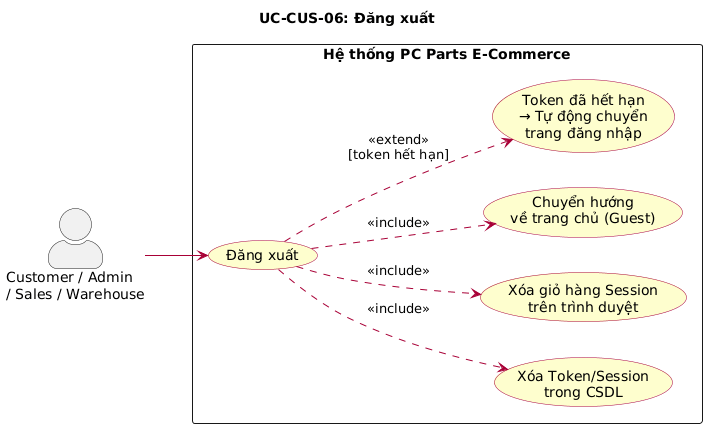
Above: docs/diagrams/images/uc_CUS06_dang_xuat.png in huuhieu56/PC-Parts-ECommerce (PlantUML), before the change.
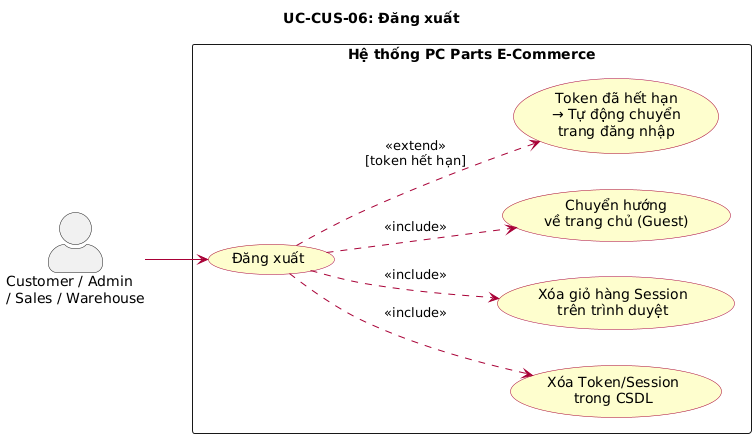
The same diagram one commit later.

Diff of the diagram source:
```diff
@@ -1,4 +1,4 @@
-@startuml
+@startuml uc_CUS06_dang_xuat
 left to right direction
 skinparam actorStyle awesome
 skinparam packageStyle rectangle
@@ -29,4 +29,5 @@
 UC_LOGOUT ..> UC_REDIRECT : <<include>>
 
 UC_LOGOUT ..> UC_ERR_EXPIRED : <<extend>>\n[token hết hạn]
+
 @enduml
```
